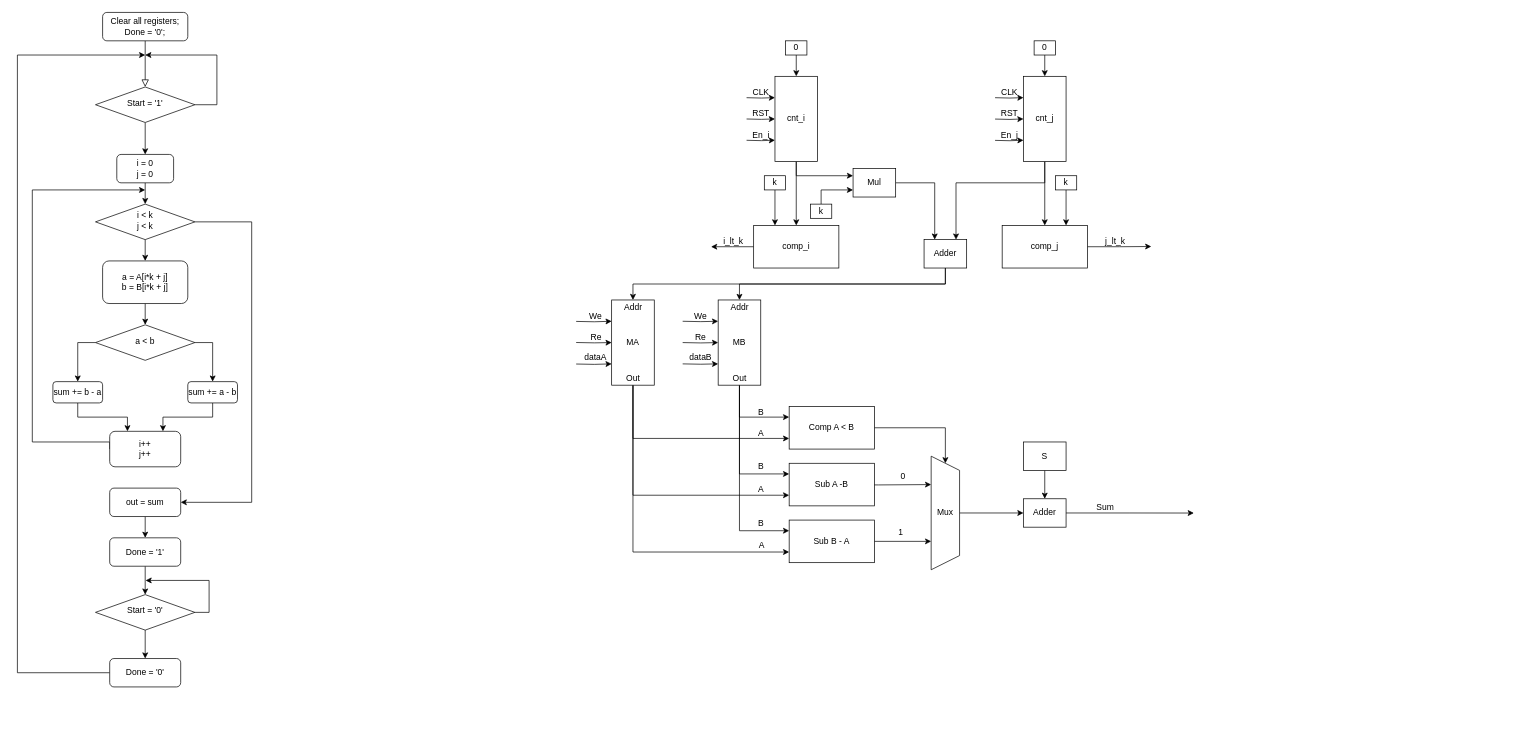
Earlier version of the draw.io diagram Untitled Diagram.drawio (Nsphong1178/FinalProject1). Source tidied: cells renumbered, new cells numbered last; positions are measured from the earlier drawing's top-left corner, leaving out a move shared by most shapes. Both pictures are drawn from the tidied source at 71%, with x=0, y=0 at pixel (17, 12).
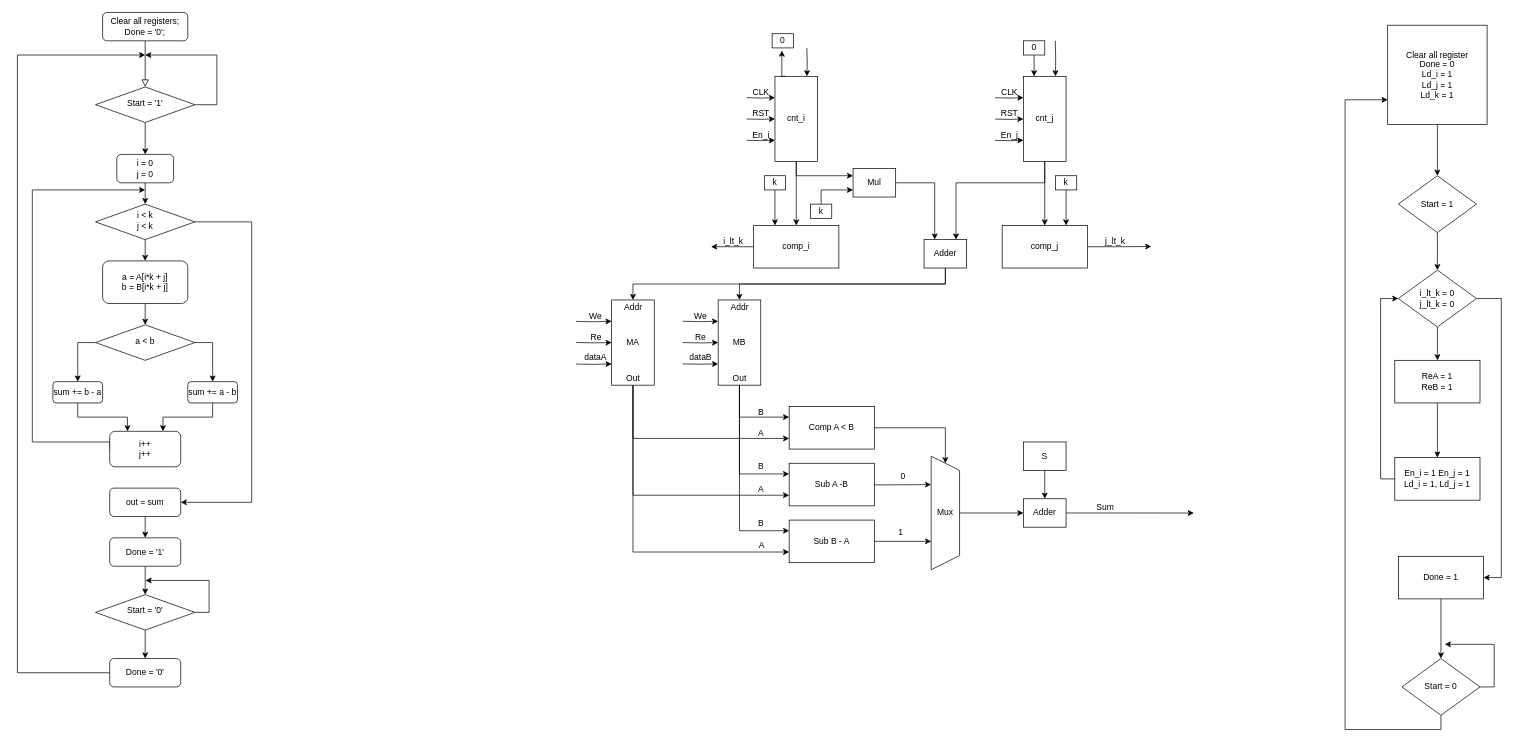
After the change.

The change refers to these unchanged cells:
```xml
<mxCell id="37" value="cnt_j" style="rounded=0;whiteSpace=wrap;html=1;direction=south;" parent="1" vertex="1">
  <mxGeometry x="1417" y="90" width="60" height="120" as="geometry" />
</mxCell>
<mxCell id="45" value="cnt_i" style="rounded=0;whiteSpace=wrap;html=1;direction=south;" parent="1" vertex="1">
  <mxGeometry x="1067" y="90" width="60" height="120" as="geometry" />
</mxCell>
```

The edit, as a diff of the source:
```diff
@@
+    <mxCell id="116" style="edgeStyle=orthogonalEdgeStyle;rounded=0;jettySize=auto;html=1;exitX=0;exitY=0.25;exitDx=0;exitDy=0;entryX=0;entryY=0.25;entryDx=0;entryDy=0;" parent="1" edge="1" target="37">
+      <mxGeometry relative="1" as="geometry">
+        <mxPoint x="1461.9" y="40" as="sourcePoint" />
+      </mxGeometry>
+    </mxCell>
@@
+    <mxCell id="117" style="edgeStyle=orthogonalEdgeStyle;rounded=0;jettySize=auto;html=1;exitX=0;exitY=0.25;exitDx=0;exitDy=0;entryX=0;entryY=0.25;entryDx=0;entryDy=0;" parent="1" edge="1" target="45">
+      <mxGeometry relative="1" as="geometry">
+        <mxPoint x="1111.9" y="50" as="sourcePoint" />
+      </mxGeometry>
+    </mxCell>
@@
-    <mxCell id="68" style="edgeStyle=orthogonalEdgeStyle;rounded=0;jettySize=auto;html=1;exitX=0.5;exitY=1;exitDx=0;exitDy=0;entryX=0;entryY=0.5;entryDx=0;entryDy=0;" parent="1" edge="1" source="69" target="45">
-      <mxGeometry relative="1" as="geometry" />
-    </mxCell>
     <mxCell id="69" value="0" style="rounded=0;whiteSpace=wrap;html=1;" parent="1" vertex="1">
-      <mxGeometry x="1082" y="40" width="30" height="20" as="geometry" />
+      <mxGeometry x="1063" y="30" width="30" height="20" as="geometry" />
     </mxCell>
-    <mxCell id="70" style="edgeStyle=orthogonalEdgeStyle;rounded=0;jettySize=auto;html=1;exitX=0.5;exitY=1;exitDx=0;exitDy=0;entryX=0;entryY=0.5;entryDx=0;entryDy=0;" parent="1" edge="1" source="71" target="37">
+    <mxCell id="70" style="edgeStyle=orthogonalEdgeStyle;rounded=0;jettySize=auto;html=1;exitX=0.5;exitY=1;exitDx=0;exitDy=0;entryX=0;entryY=0.75;entryDx=0;entryDy=0;" parent="1" edge="1" source="71" target="37">
       <mxGeometry relative="1" as="geometry" />
     </mxCell>
     <mxCell id="71" value="0" style="rounded=0;whiteSpace=wrap;html=1;" parent="1" vertex="1">
-      <mxGeometry x="1432" y="40" width="30" height="20" as="geometry" />
+      <mxGeometry x="1417" y="40" width="30" height="20" as="geometry" />
     </mxCell>
@@
+    <mxCell id="118" style="edgeStyle=orthogonalEdgeStyle;rounded=0;jettySize=auto;html=1;exitX=0;exitY=0.75;exitDx=0;exitDy=0;entryX=0.458;entryY=1.186;entryDx=0;entryDy=0;entryPerimeter=0;" parent="1" edge="1" source="45" target="69">
+      <mxGeometry relative="1" as="geometry" />
+    </mxCell>
+    <mxCell id="119" style="edgeStyle=orthogonalEdgeStyle;rounded=0;jettySize=auto;html=1;exitX=0.5;exitY=1;exitDx=0;exitDy=0;entryX=0.5;entryY=0;entryDx=0;entryDy=0;" parent="1" edge="1" source="120" target="122">
+      <mxGeometry relative="1" as="geometry" />
+    </mxCell>
+    <mxCell id="120" value="Clear all register&lt;div&gt;Done = 0&lt;/div&gt;&lt;div&gt;Ld_i = 1&lt;/div&gt;&lt;div&gt;Ld_j = 1&lt;/div&gt;&lt;div&gt;Ld_k = 1&lt;/div&gt;" style="whiteSpace=wrap;html=1;" parent="1" vertex="1">
+      <mxGeometry x="1930" y="18" width="140" height="140" as="geometry" />
+    </mxCell>
+    <mxCell id="121" style="edgeStyle=orthogonalEdgeStyle;rounded=0;jettySize=auto;html=1;exitX=0.5;exitY=1;exitDx=0;exitDy=0;entryX=0.5;entryY=0;entryDx=0;entryDy=0;" parent="1" edge="1" source="122" target="125">
+      <mxGeometry relative="1" as="geometry" />
+    </mxCell>
+    <mxCell id="122" value="Start = 1" style="rhombus;whiteSpace=wrap;html=1;" parent="1" vertex="1">
+      <mxGeometry x="1945" y="230" width="110" height="80" as="geometry" />
+    </mxCell>
+    <mxCell id="123" style="edgeStyle=orthogonalEdgeStyle;rounded=0;jettySize=auto;html=1;exitX=0.5;exitY=1;exitDx=0;exitDy=0;entryX=0.5;entryY=0;entryDx=0;entryDy=0;" parent="1" edge="1" source="125" target="127">
+      <mxGeometry relative="1" as="geometry" />
+    </mxCell>
+    <mxCell id="124" style="edgeStyle=orthogonalEdgeStyle;rounded=0;jettySize=auto;html=1;exitX=1;exitY=0.5;exitDx=0;exitDy=0;" parent="1" edge="1" source="125" target="131">
+      <mxGeometry relative="1" as="geometry">
+        <Array as="points">
+          <mxPoint x="2090" y="403" />
+          <mxPoint x="2090" y="796" />
+        </Array>
+      </mxGeometry>
+    </mxCell>
+    <mxCell id="125" value="i_lt_k = 0&lt;div&gt;j_lt_k = 0&lt;/div&gt;" style="rhombus;whiteSpace=wrap;html=1;" parent="1" vertex="1">
+      <mxGeometry x="1945" y="363" width="110" height="80" as="geometry" />
+    </mxCell>
+    <mxCell id="126" style="edgeStyle=orthogonalEdgeStyle;rounded=0;jettySize=auto;html=1;exitX=0.5;exitY=1;exitDx=0;exitDy=0;entryX=0.5;entryY=0;entryDx=0;entryDy=0;" parent="1" edge="1" source="127" target="129">
+      <mxGeometry relative="1" as="geometry" />
+    </mxCell>
+    <mxCell id="127" value="ReA = 1&lt;div&gt;ReB = 1&lt;/div&gt;" style="rounded=0;whiteSpace=wrap;html=1;" parent="1" vertex="1">
+      <mxGeometry x="1940" y="490" width="120" height="60" as="geometry" />
+    </mxCell>
+    <mxCell id="128" style="edgeStyle=orthogonalEdgeStyle;rounded=0;jettySize=auto;html=1;exitX=0;exitY=0.5;exitDx=0;exitDy=0;entryX=0;entryY=0.5;entryDx=0;entryDy=0;" parent="1" edge="1" source="129" target="125">
+      <mxGeometry relative="1" as="geometry" />
+    </mxCell>
+    <mxCell id="129" value="En_i = 1 En_j = 1&lt;div&gt;Ld_i = 1, Ld_j = 1&lt;/div&gt;" style="rounded=0;whiteSpace=wrap;html=1;" parent="1" vertex="1">
+      <mxGeometry x="1940" y="627" width="120" height="60" as="geometry" />
+    </mxCell>
+    <mxCell id="130" style="edgeStyle=orthogonalEdgeStyle;rounded=0;jettySize=auto;html=1;exitX=0.5;exitY=1;exitDx=0;exitDy=0;entryX=0.5;entryY=0;entryDx=0;entryDy=0;" parent="1" edge="1" source="131" target="134">
+      <mxGeometry relative="1" as="geometry" />
+    </mxCell>
+    <mxCell id="131" value="Done = 1" style="rounded=0;whiteSpace=wrap;html=1;" parent="1" vertex="1">
+      <mxGeometry x="1945" y="766" width="120" height="60" as="geometry" />
+    </mxCell>
+    <mxCell id="132" style="edgeStyle=orthogonalEdgeStyle;rounded=0;jettySize=auto;html=1;exitX=0.5;exitY=1;exitDx=0;exitDy=0;entryX=0;entryY=0.75;entryDx=0;entryDy=0;" parent="1" edge="1" source="134" target="120">
+      <mxGeometry relative="1" as="geometry">
+        <Array as="points">
+          <mxPoint x="2005" y="1010" />
+          <mxPoint x="1870" y="1010" />
+          <mxPoint x="1870" y="123" />
+        </Array>
+      </mxGeometry>
+    </mxCell>
+    <mxCell id="133" style="edgeStyle=orthogonalEdgeStyle;rounded=0;jettySize=auto;html=1;exitX=1;exitY=0.5;exitDx=0;exitDy=0;" parent="1" edge="1" source="134">
+      <mxGeometry relative="1" as="geometry">
+        <mxPoint x="2010" y="890" as="targetPoint" />
+      </mxGeometry>
+    </mxCell>
+    <mxCell id="134" value="Start = 0" style="rhombus;whiteSpace=wrap;html=1;" parent="1" vertex="1">
+      <mxGeometry x="1950" y="910" width="110" height="80" as="geometry" />
+    </mxCell>
```
